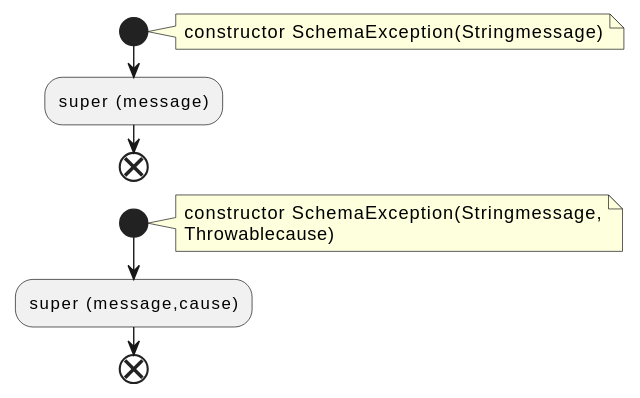
qualitesys/kafka keeps this PlantUML diagram as docs/qc/clients/src/main/java/org/apache/kafka/common/protocol/types/SchemaException.java.fct.svg. Above is the earlier version. Source of this version:
```plantuml
@startuml
!pragma layout smetana
start
note right
constructor SchemaException(Stringmessage)
end note
:super (message);
end
start
note right
constructor SchemaException(Stringmessage,
Throwablecause)
end note
:super (message,cause);
end
@enduml
```
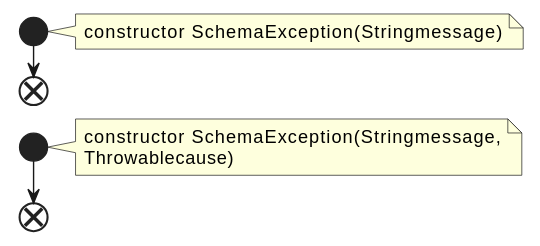
Above is the later version.

What changed in the source:
```diff
@@ -4,13 +4,11 @@
 note right
 constructor SchemaException(Stringmessage)
 end note
-:super (message);
 end
 start
 note right
 constructor SchemaException(Stringmessage,
 Throwablecause)
 end note
-:super (message,cause);
 end
 @enduml
```
